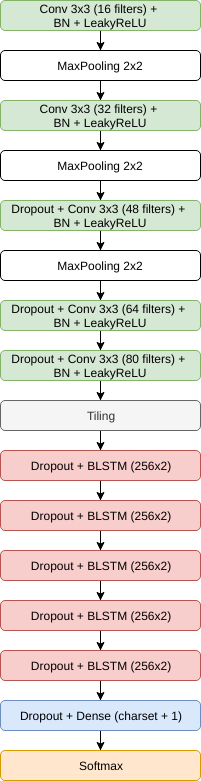
Before: doc/arch/puigcerver/puigcerver.png, a diagram exported from draw.io (arthurflor23/handwritten-text-recognition). Source tidied: cells renumbered, new cells last; positions are measured from the earlier drawing's top-left corner, leaving out a move shared by most shapes.
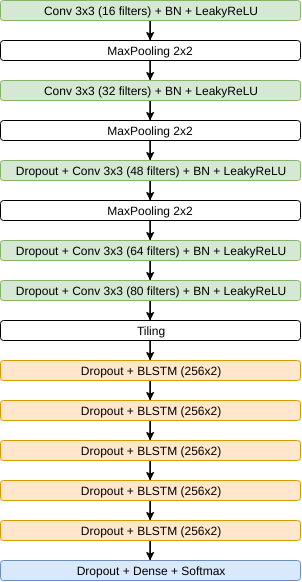
The same diagram one commit later.

The edit, as a diff of the source:
```diff
@@ -2,98 +2,92 @@
   <root>
     <mxCell id="0" />
     <mxCell id="1" parent="0" />
-    <mxCell id="2" style="edgeStyle=orthogonalEdgeStyle;rounded=0;jettySize=auto;html=1;" parent="1" edge="1" source="3" target="5">
-      <mxGeometry relative="1" as="geometry" />
-    </mxCell>
+    <mxCell id="33" style="edgeStyle=orthogonalEdgeStyle;rounded=0;jettySize=auto;html=1;" parent="1" edge="1" source="3" target="35">
+      <mxGeometry relative="1" as="geometry" />
+    </mxCell>
-    <mxCell id="3" value="Conv 3x3 (16 filters)&amp;nbsp;+ &lt;br&gt;BN + LeakyReLU" style="rounded=1;whiteSpace=wrap;html=1;fillColor=#d5e8d4;strokeColor=#82b366;" parent="1" vertex="1">
-      <mxGeometry width="200" height="30" as="geometry" />
+    <mxCell id="3" value="Conv 3x3 (16 filters) +&amp;nbsp;BN + LeakyReLU" style="rounded=1;whiteSpace=wrap;html=1;fillColor=#d5e8d4;strokeColor=#82b366;" parent="1" vertex="1">
+      <mxGeometry x="-120" y="-90" width="300" height="20" as="geometry" />
     </mxCell>
-    <mxCell id="4" style="edgeStyle=orthogonalEdgeStyle;rounded=0;jettySize=auto;html=1;" parent="1" edge="1" source="5" target="7">
-      <mxGeometry relative="1" as="geometry" />
-    </mxCell>
-    <mxCell id="5" value="MaxPooling 2x2" style="rounded=1;whiteSpace=wrap;html=1;" parent="1" vertex="1">
-      <mxGeometry y="50" width="200" height="30" as="geometry" />
-    </mxCell>
-    <mxCell id="6" style="edgeStyle=orthogonalEdgeStyle;rounded=0;jettySize=auto;html=1;" parent="1" edge="1" source="7" target="9">
-      <mxGeometry relative="1" as="geometry" />
-    </mxCell>
+    <mxCell id="34" style="edgeStyle=orthogonalEdgeStyle;rounded=0;jettySize=auto;html=1;" parent="1" edge="1" source="35" target="7">
+      <mxGeometry relative="1" as="geometry" />
+    </mxCell>
+    <mxCell id="35" value="MaxPooling 2x2" style="rounded=1;whiteSpace=wrap;html=1;" parent="1" vertex="1">
+      <mxGeometry x="-120" y="-50" width="300" height="20" as="geometry" />
+    </mxCell>
+    <mxCell id="36" style="edgeStyle=orthogonalEdgeStyle;rounded=0;jettySize=auto;html=1;" parent="1" edge="1" source="7" target="38">
+      <mxGeometry relative="1" as="geometry" />
+    </mxCell>
-    <mxCell id="7" value="Conv 3x3 (32 filters)&amp;nbsp;+&amp;nbsp;&lt;br&gt;BN + LeakyReLU" style="rounded=1;whiteSpace=wrap;html=1;fillColor=#d5e8d4;strokeColor=#82b366;" parent="1" vertex="1">
-      <mxGeometry y="100" width="200" height="30" as="geometry" />
+    <mxCell id="7" value="Conv 3x3 (32 filters)&amp;nbsp;+&amp;nbsp;BN + LeakyReLU" style="rounded=1;whiteSpace=wrap;html=1;fillColor=#d5e8d4;strokeColor=#82b366;" parent="1" vertex="1">
+      <mxGeometry x="-120" y="-10" width="300" height="20" as="geometry" />
     </mxCell>
-    <mxCell id="8" style="edgeStyle=orthogonalEdgeStyle;rounded=0;jettySize=auto;html=1;" parent="1" edge="1" source="9" target="11">
-      <mxGeometry relative="1" as="geometry" />
-    </mxCell>
-    <mxCell id="9" value="MaxPooling 2x2" style="rounded=1;whiteSpace=wrap;html=1;" parent="1" vertex="1">
-      <mxGeometry y="150" width="200" height="30" as="geometry" />
-    </mxCell>
-    <mxCell id="10" style="edgeStyle=orthogonalEdgeStyle;rounded=0;jettySize=auto;html=1;" parent="1" edge="1" source="11" target="13">
-      <mxGeometry relative="1" as="geometry" />
-    </mxCell>
+    <mxCell id="37" style="edgeStyle=orthogonalEdgeStyle;rounded=0;jettySize=auto;html=1;" parent="1" edge="1" source="38" target="11">
+      <mxGeometry relative="1" as="geometry" />
+    </mxCell>
+    <mxCell id="38" value="MaxPooling 2x2" style="rounded=1;whiteSpace=wrap;html=1;" parent="1" vertex="1">
+      <mxGeometry x="-120" y="30" width="300" height="20" as="geometry" />
+    </mxCell>
+    <mxCell id="39" style="edgeStyle=orthogonalEdgeStyle;rounded=0;jettySize=auto;html=1;" parent="1" edge="1" source="11" target="41">
+      <mxGeometry relative="1" as="geometry" />
+    </mxCell>
-    <mxCell id="11" value="Dropout + Conv 3x3 (48 filters)&amp;nbsp;+&amp;nbsp;&lt;br&gt;BN + LeakyReLU" style="rounded=1;whiteSpace=wrap;html=1;fillColor=#d5e8d4;strokeColor=#82b366;" parent="1" vertex="1">
-      <mxGeometry y="200" width="200" height="30" as="geometry" />
+    <mxCell id="11" value="Dropout + Conv 3x3 (48 filters)&amp;nbsp;+&amp;nbsp;BN + LeakyReLU&lt;br&gt;" style="rounded=1;whiteSpace=wrap;html=1;fillColor=#d5e8d4;strokeColor=#82b366;" parent="1" vertex="1">
+      <mxGeometry x="-120" y="70" width="300" height="20" as="geometry" />
     </mxCell>
-    <mxCell id="12" style="edgeStyle=orthogonalEdgeStyle;rounded=0;jettySize=auto;html=1;" parent="1" edge="1" source="13" target="15">
-      <mxGeometry relative="1" as="geometry" />
-    </mxCell>
-    <mxCell id="13" value="MaxPooling 2x2" style="rounded=1;whiteSpace=wrap;html=1;" parent="1" vertex="1">
-      <mxGeometry y="250" width="200" height="30" as="geometry" />
-    </mxCell>
+    <mxCell id="40" style="edgeStyle=orthogonalEdgeStyle;rounded=0;jettySize=auto;html=1;" parent="1" edge="1" source="41" target="15">
+      <mxGeometry relative="1" as="geometry" />
+    </mxCell>
+    <mxCell id="41" value="MaxPooling 2x2" style="rounded=1;whiteSpace=wrap;html=1;" parent="1" vertex="1">
+      <mxGeometry x="-120" y="110" width="300" height="20" as="geometry" />
+    </mxCell>
     <mxCell id="14" style="edgeStyle=orthogonalEdgeStyle;rounded=0;jettySize=auto;html=1;" parent="1" edge="1" source="15" target="17">
       <mxGeometry relative="1" as="geometry" />
     </mxCell>
-    <mxCell id="15" value="Dropout + Conv 3x3 (64 filters)&amp;nbsp;+&amp;nbsp;&lt;br&gt;BN + LeakyReLU" style="rounded=1;whiteSpace=wrap;html=1;fillColor=#d5e8d4;strokeColor=#82b366;" parent="1" vertex="1">
-      <mxGeometry y="300" width="200" height="30" as="geometry" />
+    <mxCell id="15" value="Dropout + Conv 3x3 (64 filters)&amp;nbsp;+&amp;nbsp;BN + LeakyReLU" style="rounded=1;whiteSpace=wrap;html=1;fillColor=#d5e8d4;strokeColor=#82b366;" parent="1" vertex="1">
+      <mxGeometry x="-120" y="150" width="300" height="20" as="geometry" />
     </mxCell>
     <mxCell id="16" style="edgeStyle=orthogonalEdgeStyle;rounded=0;jettySize=auto;html=1;" parent="1" edge="1" source="17" target="19">
       <mxGeometry relative="1" as="geometry" />
     </mxCell>
-    <mxCell id="17" value="Dropout + Conv 3x3 (80 filters)&amp;nbsp;+&amp;nbsp;&lt;br&gt;BN + LeakyReLU" style="rounded=1;whiteSpace=wrap;html=1;fillColor=#d5e8d4;strokeColor=#82b366;" parent="1" vertex="1">
-      <mxGeometry y="350" width="200" height="30" as="geometry" />
+    <mxCell id="17" value="Dropout + Conv 3x3 (80 filters)&amp;nbsp;+&amp;nbsp;BN + LeakyReLU" style="rounded=1;whiteSpace=wrap;html=1;fillColor=#d5e8d4;strokeColor=#82b366;" parent="1" vertex="1">
+      <mxGeometry x="-120" y="190" width="300" height="20" as="geometry" />
     </mxCell>
-    <mxCell id="18" style="edgeStyle=orthogonalEdgeStyle;rounded=0;jettySize=auto;html=1;" parent="1" edge="1" source="19" target="21">
-      <mxGeometry relative="1" as="geometry" />
-    </mxCell>
+    <mxCell id="42" style="edgeStyle=orthogonalEdgeStyle;rounded=0;jettySize=auto;html=1;" parent="1" edge="1" source="19" target="44">
+      <mxGeometry relative="1" as="geometry" />
+    </mxCell>
-    <mxCell id="19" value="Tiling" style="rounded=1;whiteSpace=wrap;html=1;fillColor=#f5f5f5;strokeColor=#666666;fontColor=#333333;" parent="1" vertex="1">
-      <mxGeometry y="400" width="200" height="30" as="geometry" />
+    <mxCell id="19" value="Tiling" style="rounded=1;whiteSpace=wrap;html=1;" parent="1" vertex="1">
+      <mxGeometry x="-120" y="230" width="300" height="20" as="geometry" />
     </mxCell>
-    <mxCell id="20" style="edgeStyle=orthogonalEdgeStyle;rounded=0;jettySize=auto;html=1;" parent="1" edge="1" source="21" target="23">
-      <mxGeometry relative="1" as="geometry" />
-    </mxCell>
-    <mxCell id="21" value="Dropout +&amp;nbsp;BLSTM (256x2)" style="rounded=1;whiteSpace=wrap;html=1;fillColor=#f8cecc;strokeColor=#b85450;" parent="1" vertex="1">
-      <mxGeometry y="450" width="200" height="30" as="geometry" />
-    </mxCell>
-    <mxCell id="22" style="edgeStyle=orthogonalEdgeStyle;rounded=0;jettySize=auto;html=1;" parent="1" edge="1" source="23" target="25">
-      <mxGeometry relative="1" as="geometry" />
-    </mxCell>
-    <mxCell id="23" value="Dropout +&amp;nbsp;BLSTM (256x2)" style="rounded=1;whiteSpace=wrap;html=1;fillColor=#f8cecc;strokeColor=#b85450;" parent="1" vertex="1">
-      <mxGeometry y="500" width="200" height="30" as="geometry" />
-    </mxCell>
-    <mxCell id="24" style="edgeStyle=orthogonalEdgeStyle;rounded=0;jettySize=auto;html=1;" parent="1" edge="1" source="25" target="27">
-      <mxGeometry relative="1" as="geometry" />
-    </mxCell>
-    <mxCell id="25" value="Dropout +&amp;nbsp;BLSTM (256x2)" style="rounded=1;whiteSpace=wrap;html=1;fillColor=#f8cecc;strokeColor=#b85450;" parent="1" vertex="1">
-      <mxGeometry y="550" width="200" height="30" as="geometry" />
-    </mxCell>
-    <mxCell id="26" style="edgeStyle=orthogonalEdgeStyle;rounded=0;jettySize=auto;html=1;" parent="1" edge="1" source="27" target="29">
-      <mxGeometry relative="1" as="geometry" />
-    </mxCell>
-    <mxCell id="27" value="Dropout +&amp;nbsp;BLSTM (256x2)" style="rounded=1;whiteSpace=wrap;html=1;fillColor=#f8cecc;strokeColor=#b85450;" parent="1" vertex="1">
-      <mxGeometry y="600" width="200" height="30" as="geometry" />
-    </mxCell>
-    <mxCell id="28" style="edgeStyle=orthogonalEdgeStyle;rounded=0;jettySize=auto;html=1;" parent="1" edge="1" source="29" target="31">
-      <mxGeometry relative="1" as="geometry" />
-    </mxCell>
-    <mxCell id="29" value="Dropout + BLSTM (256x2)" style="rounded=1;whiteSpace=wrap;html=1;fillColor=#f8cecc;strokeColor=#b85450;" parent="1" vertex="1">
-      <mxGeometry y="650" width="200" height="30" as="geometry" />
-    </mxCell>
-    <mxCell id="30" style="edgeStyle=orthogonalEdgeStyle;rounded=0;jettySize=auto;html=1;" parent="1" edge="1" source="31" target="32">
-      <mxGeometry relative="1" as="geometry" />
-    </mxCell>
-    <mxCell id="31" value="Dropout + Dense (charset + 1)" style="rounded=1;whiteSpace=wrap;html=1;fillColor=#dae8fc;strokeColor=#6c8ebf;" parent="1" vertex="1">
-      <mxGeometry y="700" width="200" height="30" as="geometry" />
-    </mxCell>
-    <mxCell id="32" value="Softmax" style="rounded=1;whiteSpace=wrap;html=1;fillColor=#ffe6cc;strokeColor=#d79b00;" parent="1" vertex="1">
-      <mxGeometry y="750" width="200" height="30" as="geometry" />
-    </mxCell>
+    <mxCell id="43" style="edgeStyle=orthogonalEdgeStyle;rounded=0;jettySize=auto;html=1;" parent="1" edge="1" source="44" target="46">
+      <mxGeometry relative="1" as="geometry" />
+    </mxCell>
+    <mxCell id="44" value="Dropout + BLSTM (256x2)" style="rounded=1;whiteSpace=wrap;html=1;fillColor=#ffe6cc;strokeColor=#d79b00;" parent="1" vertex="1">
+      <mxGeometry x="-120" y="270" width="300" height="20" as="geometry" />
+    </mxCell>
+    <mxCell id="45" style="edgeStyle=orthogonalEdgeStyle;rounded=0;jettySize=auto;html=1;" parent="1" edge="1" source="46" target="48">
+      <mxGeometry relative="1" as="geometry" />
+    </mxCell>
+    <mxCell id="46" value="Dropout +&amp;nbsp;BLSTM (256x2)" style="rounded=1;whiteSpace=wrap;html=1;fillColor=#ffe6cc;strokeColor=#d79b00;" parent="1" vertex="1">
+      <mxGeometry x="-120" y="310" width="300" height="20" as="geometry" />
+    </mxCell>
+    <mxCell id="47" style="edgeStyle=orthogonalEdgeStyle;rounded=0;jettySize=auto;html=1;" parent="1" edge="1" source="48" target="50">
+      <mxGeometry relative="1" as="geometry" />
+    </mxCell>
+    <mxCell id="48" value="Dropout +&amp;nbsp;BLSTM (256x2)" style="rounded=1;whiteSpace=wrap;html=1;fillColor=#ffe6cc;strokeColor=#d79b00;" parent="1" vertex="1">
+      <mxGeometry x="-120" y="350" width="300" height="20" as="geometry" />
+    </mxCell>
+    <mxCell id="49" style="edgeStyle=orthogonalEdgeStyle;rounded=0;jettySize=auto;html=1;" parent="1" edge="1" source="50" target="52">
+      <mxGeometry relative="1" as="geometry" />
+    </mxCell>
+    <mxCell id="50" value="Dropout +&amp;nbsp;BLSTM (256x2)" style="rounded=1;whiteSpace=wrap;html=1;fillColor=#ffe6cc;strokeColor=#d79b00;" parent="1" vertex="1">
+      <mxGeometry x="-120" y="390" width="300" height="20" as="geometry" />
+    </mxCell>
+    <mxCell id="51" style="edgeStyle=orthogonalEdgeStyle;rounded=0;jettySize=auto;html=1;" parent="1" edge="1" source="52" target="53">
+      <mxGeometry relative="1" as="geometry" />
+    </mxCell>
+    <mxCell id="52" value="Dropout +&amp;nbsp;BLSTM (256x2)" style="rounded=1;whiteSpace=wrap;html=1;fillColor=#ffe6cc;strokeColor=#d79b00;" parent="1" vertex="1">
+      <mxGeometry x="-120" y="430" width="300" height="20" as="geometry" />
+    </mxCell>
+    <mxCell id="53" value="Dropout +&amp;nbsp;Dense + Softmax" style="rounded=1;whiteSpace=wrap;html=1;fillColor=#dae8fc;strokeColor=#6c8ebf;" parent="1" vertex="1">
+      <mxGeometry x="-120" y="470" width="300" height="20" as="geometry" />
+    </mxCell>
   </root>
 </mxGraphModel>
```
